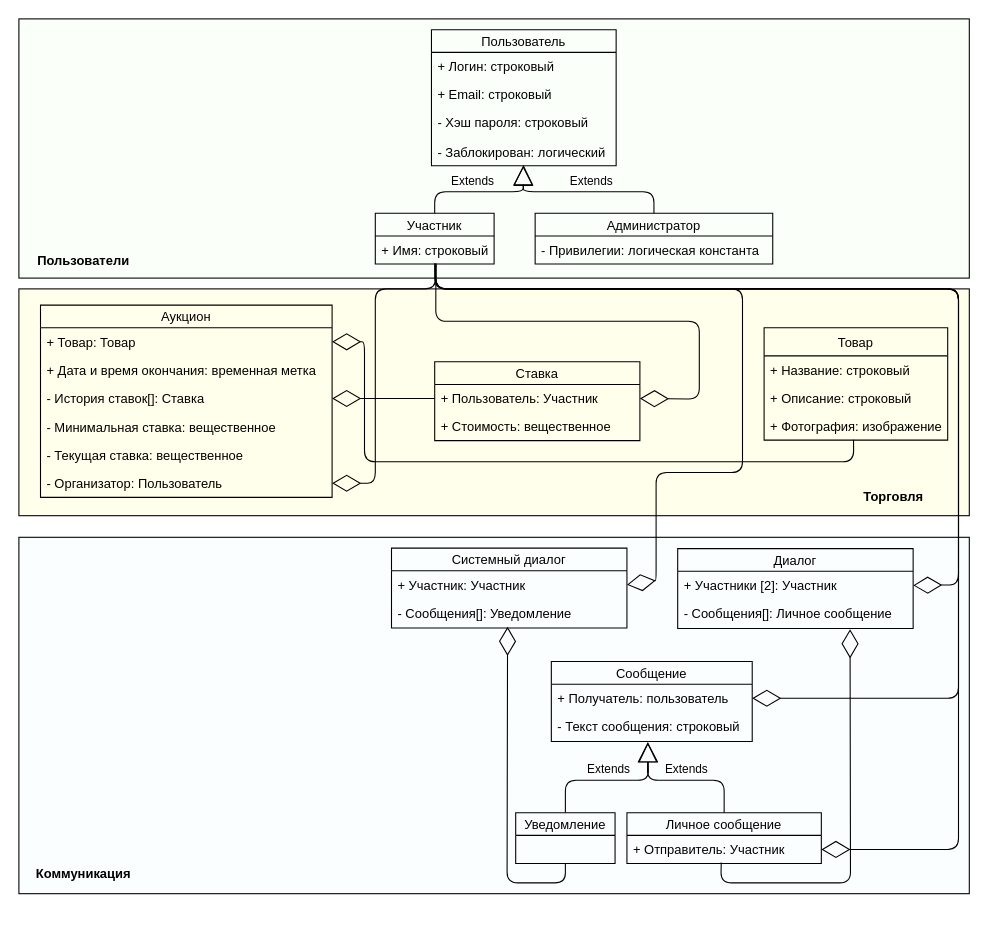
Above: Diagrams/Logical Classes Diagram.drawio in Fake-Make/Au (draw.io), before the change. Source tidied: cells renumbered, new cells numbered last; positions are measured from the earlier drawing's top-left corner, leaving out a move shared by most shapes. Both pictures are drawn from the tidied source at 108%, with x=0, y=0 at pixel (18, 18).
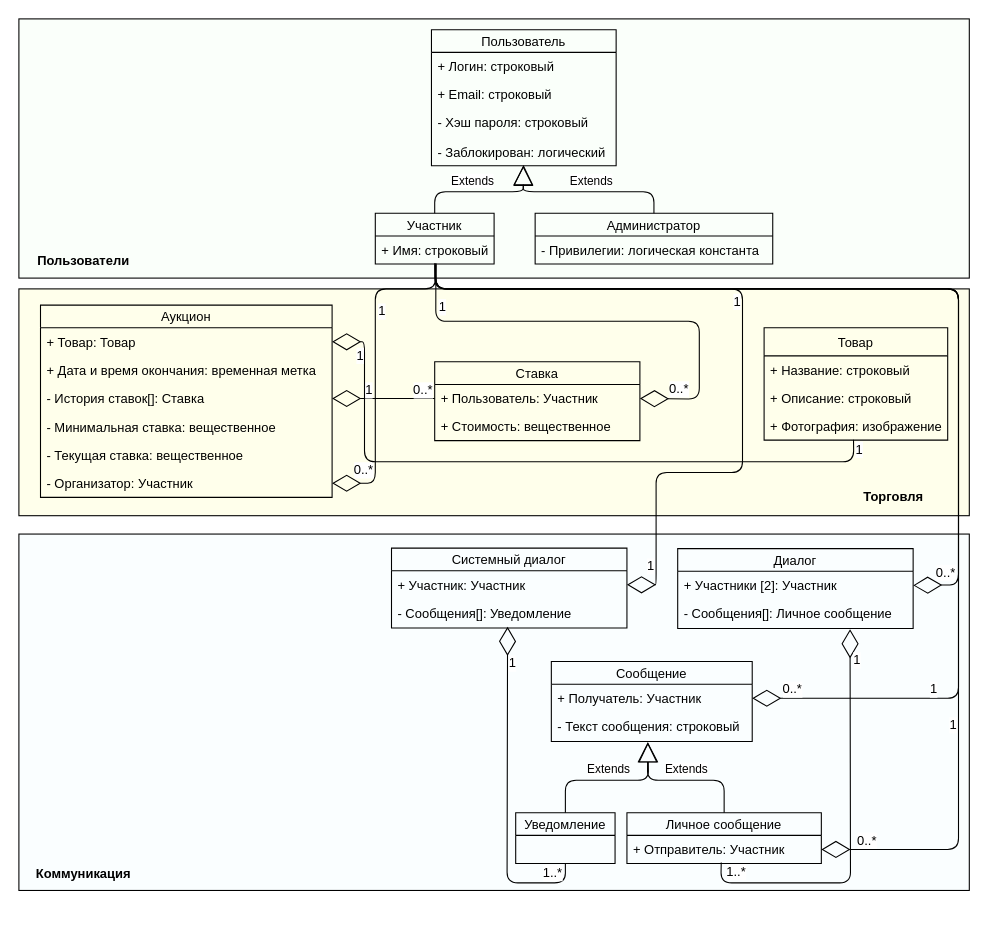
The same page after the edit.

The change refers to these unchanged cells:
```xml
<mxCell id="16" value="Сообщение" style="swimlane;fontStyle=0;horizontal=1;startSize=21;fillColor=none;" parent="1" vertex="1">
  <mxGeometry x="493" y="595" width="186" height="74" as="geometry" />
</mxCell>
<mxCell id="24" value="+ Участник: Участник" style="text;strokeColor=none;fillColor=none;align=left;verticalAlign=top;spacingLeft=4;spacingRight=4;overflow=hidden;points=[[0,0.5],[1,0.5]];portConstraint=eastwest;" parent="23" vertex="1">
  <mxGeometry y="21" width="218" height="26" as="geometry" />
</mxCell>
<mxCell id="26" value="Аукцион" style="swimlane;fontStyle=0;horizontal=1;startSize=21;fillColor=none;" parent="1" vertex="1">
  <mxGeometry x="20" y="265" width="270" height="178" as="geometry" />
</mxCell>
<mxCell id="37" value="+ Имя: строковый" style="text;strokeColor=none;fillColor=none;align=left;verticalAlign=top;spacingLeft=4;spacingRight=4;overflow=hidden;points=[[0,0.5],[1,0.5]];portConstraint=eastwest;" parent="36" vertex="1">
  <mxGeometry y="21" width="110" height="26" as="geometry" />
</mxCell>
<mxCell id="44" style="endArrow=diamondThin;endFill=0;endSize=24;html=1;entryX=0.493;entryY=0.958;entryDx=0;entryDy=0;entryPerimeter=0;exitX=0.5;exitY=1;exitDx=0;exitDy=0;" parent="1" edge="1" source="19" target="25">
  <mxGeometry relative="1" as="geometry">
    <Array as="points">
      <mxPoint x="506" y="800" />
      <mxPoint x="452" y="800" />
    </Array>
  </mxGeometry>
</mxCell>
<mxCell id="45" style="endArrow=diamondThin;endFill=0;endSize=24;html=1;entryX=0.732;entryY=1.024;entryDx=0;entryDy=0;entryPerimeter=0;exitX=0.485;exitY=0.965;exitDx=0;exitDy=0;exitPerimeter=0;" parent="1" edge="1" source="15" target="22">
  <mxGeometry relative="1" as="geometry">
    <Array as="points">
      <mxPoint x="650" y="800" />
      <mxPoint x="770" y="800" />
    </Array>
  </mxGeometry>
</mxCell>
<mxCell id="46" style="endArrow=diamondThin;endFill=0;endSize=24;html=1;exitX=0.51;exitY=1.011;exitDx=0;exitDy=0;exitPerimeter=0;entryX=1;entryY=0.5;entryDx=0;entryDy=0;" parent="1" edge="1" source="37" target="32">
  <mxGeometry relative="1" as="geometry">
    <Array as="points">
      <mxPoint x="386" y="250" />
      <mxPoint x="330" y="250" />
      <mxPoint x="330" y="430" />
    </Array>
  </mxGeometry>
</mxCell>
<mxCell id="47" style="endArrow=diamondThin;endFill=0;endSize=24;html=1;exitX=0.51;exitY=0.993;exitDx=0;exitDy=0;exitPerimeter=0;entryX=1;entryY=0.5;entryDx=0;entryDy=0;" parent="1" edge="1" source="37" target="34">
  <mxGeometry relative="1" as="geometry">
    <Array as="points">
      <mxPoint x="386" y="280" />
      <mxPoint x="630" y="280" />
      <mxPoint x="630" y="352" />
    </Array>
  </mxGeometry>
</mxCell>
<mxCell id="48" style="endArrow=diamondThin;endFill=0;endSize=24;html=1;exitX=0;exitY=0.5;exitDx=0;exitDy=0;entryX=1;entryY=0.5;entryDx=0;entryDy=0;" parent="1" edge="1" source="34" target="29">
  <mxGeometry relative="1" as="geometry" />
</mxCell>
<mxCell id="49" style="endArrow=diamondThin;endFill=0;endSize=24;html=1;exitX=0.487;exitY=0.989;exitDx=0;exitDy=0;exitPerimeter=0;entryX=1;entryY=0.5;entryDx=0;entryDy=0;" parent="1" edge="1" source="8" target="27">
  <mxGeometry relative="1" as="geometry">
    <Array as="points">
      <mxPoint x="773" y="410" />
      <mxPoint x="320" y="410" />
      <mxPoint x="320" y="299" />
    </Array>
  </mxGeometry>
</mxCell>
<mxCell id="51" style="endArrow=diamondThin;endFill=0;endSize=24;html=1;exitX=0.505;exitY=1.038;exitDx=0;exitDy=0;exitPerimeter=0;entryX=1;entryY=0.5;entryDx=0;entryDy=0;" parent="1" edge="1" source="37" target="21">
  <mxGeometry relative="1" as="geometry">
    <Array as="points">
      <mxPoint x="386" y="250" />
      <mxPoint x="870" y="250" />
      <mxPoint x="870" y="524" />
    </Array>
  </mxGeometry>
</mxCell>
<mxCell id="52" style="endArrow=diamondThin;endFill=0;endSize=24;html=1;entryX=1;entryY=0.5;entryDx=0;entryDy=0;exitX=0.5;exitY=0.973;exitDx=0;exitDy=0;exitPerimeter=0;" parent="1" edge="1" source="37" target="15">
  <mxGeometry relative="1" as="geometry">
    <Array as="points">
      <mxPoint x="385" y="250" />
      <mxPoint x="870" y="250" />
      <mxPoint x="870" y="769" />
    </Array>
  </mxGeometry>
</mxCell>
<mxCell id="53" style="endArrow=diamondThin;endFill=0;endSize=24;html=1;entryX=1;entryY=0.5;entryDx=0;entryDy=0;exitX=0.505;exitY=1.038;exitDx=0;exitDy=0;exitPerimeter=0;" parent="1" edge="1" source="37" target="17">
  <mxGeometry relative="1" as="geometry">
    <Array as="points">
      <mxPoint x="386" y="250" />
      <mxPoint x="870" y="250" />
      <mxPoint x="870" y="629" />
    </Array>
  </mxGeometry>
</mxCell>
```

What changed in the source:
```diff
@@
     <mxCell id="4" style="rounded=0;whiteSpace=wrap;html=1;fillColor=#FAFEFF;" parent="1" vertex="1">
-      <mxGeometry y="480" width="880" height="330" as="geometry" />
+      <mxGeometry y="477" width="880" height="330" as="geometry" />
     </mxCell>
@@
-    <mxCell id="17" value="+ Получатель: пользователь" style="text;strokeColor=none;fillColor=none;align=left;verticalAlign=top;spacingLeft=4;spacingRight=4;overflow=hidden;points=[[0,0.5],[1,0.5]];portConstraint=eastwest;" parent="16" vertex="1">
+    <mxCell id="17" value="+ Получатель: Участник" style="text;strokeColor=none;fillColor=none;align=left;verticalAlign=top;spacingLeft=4;spacingRight=4;overflow=hidden;points=[[0,0.5],[1,0.5]];portConstraint=eastwest;" parent="16" vertex="1">
       <mxGeometry y="21" width="186" height="26" as="geometry" />
     </mxCell>
@@
-    <mxCell id="32" value="- Организатор: Пользователь" style="text;strokeColor=none;fillColor=none;align=left;verticalAlign=top;spacingLeft=4;spacingRight=4;overflow=hidden;points=[[0,0.5],[1,0.5]];portConstraint=eastwest;" parent="26" vertex="1">
+    <mxCell id="32" value="- Организатор: Участник" style="text;strokeColor=none;fillColor=none;align=left;verticalAlign=top;spacingLeft=4;spacingRight=4;overflow=hidden;points=[[0,0.5],[1,0.5]];portConstraint=eastwest;" parent="26" vertex="1">
       <mxGeometry y="152" width="270" height="26" as="geometry" />
     </mxCell>
@@
+    <mxCell id="57" value="1..*" style="text;html=1;align=center;verticalAlign=middle;labelBackgroundColor=#ffffff;" parent="44" vertex="1">
+      <mxGeometry x="-0.96" y="-1" relative="1" as="geometry">
+        <mxPoint x="-12" y="2" as="offset" />
+      </mxGeometry>
+    </mxCell>
+    <mxCell id="58" value="1" style="text;html=1;align=center;verticalAlign=middle;labelBackgroundColor=#ffffff;" parent="44" vertex="1">
+      <mxGeometry x="0.8" y="1" relative="1" as="geometry">
+        <mxPoint x="5" y="3" as="offset" />
+      </mxGeometry>
+    </mxCell>
@@
+    <mxCell id="59" value="1..*" style="text;html=1;align=center;verticalAlign=middle;labelBackgroundColor=#ffffff;" parent="45" vertex="1">
+      <mxGeometry x="-0.97" relative="1" as="geometry">
+        <mxPoint x="13" y="2" as="offset" />
+      </mxGeometry>
+    </mxCell>
+    <mxCell id="60" value="1" style="text;html=1;align=center;verticalAlign=middle;labelBackgroundColor=#ffffff;" parent="45" vertex="1">
+      <mxGeometry x="0.85" relative="1" as="geometry">
+        <mxPoint x="5.5" y="1" as="offset" />
+      </mxGeometry>
+    </mxCell>
@@
+    <mxCell id="61" value="0..*" style="text;html=1;align=center;verticalAlign=middle;labelBackgroundColor=#ffffff;" parent="46" vertex="1">
+      <mxGeometry x="0.77" y="-1" relative="1" as="geometry">
+        <mxPoint x="-6" y="-12" as="offset" />
+      </mxGeometry>
+    </mxCell>
+    <mxCell id="62" value="1" style="text;html=1;align=center;verticalAlign=middle;labelBackgroundColor=#ffffff;" parent="46" vertex="1">
+      <mxGeometry x="-0.32" relative="1" as="geometry">
+        <mxPoint x="5" y="-3" as="offset" />
+      </mxGeometry>
+    </mxCell>
@@
+    <mxCell id="63" value="1" style="text;html=1;align=center;verticalAlign=middle;labelBackgroundColor=#ffffff;" parent="47" vertex="1">
+      <mxGeometry x="-0.85" relative="1" as="geometry">
+        <mxPoint x="5" y="7.5" as="offset" />
+      </mxGeometry>
+    </mxCell>
+    <mxCell id="64" value="0..*" style="text;html=1;align=center;verticalAlign=middle;labelBackgroundColor=#ffffff;" parent="47" vertex="1">
+      <mxGeometry x="0.84" y="-1" relative="1" as="geometry">
+        <mxPoint x="1" y="-8" as="offset" />
+      </mxGeometry>
+    </mxCell>
@@
+    <mxCell id="65" value="0..*" style="text;html=1;align=center;verticalAlign=middle;labelBackgroundColor=#ffffff;" parent="48" vertex="1">
+      <mxGeometry x="-0.78" y="-1" relative="1" as="geometry">
+        <mxPoint x="-1.5" y="-7.5" as="offset" />
+      </mxGeometry>
+    </mxCell>
+    <mxCell id="66" value="1" style="text;html=1;align=center;verticalAlign=middle;labelBackgroundColor=#ffffff;" parent="48" vertex="1">
+      <mxGeometry x="0.3" y="-1" relative="1" as="geometry">
+        <mxPoint x="0.5" y="-7.5" as="offset" />
+      </mxGeometry>
+    </mxCell>
@@
+    <mxCell id="67" value="1" style="text;html=1;align=center;verticalAlign=middle;labelBackgroundColor=#ffffff;" parent="49" vertex="1">
+      <mxGeometry x="0.88" relative="1" as="geometry">
+        <mxPoint x="-5" y="5" as="offset" />
+      </mxGeometry>
+    </mxCell>
+    <mxCell id="68" value="1" style="text;html=1;align=center;verticalAlign=middle;labelBackgroundColor=#ffffff;" parent="49" vertex="1">
+      <mxGeometry x="-0.98" relative="1" as="geometry">
+        <mxPoint x="5" y="3" as="offset" />
+      </mxGeometry>
+    </mxCell>
     <mxCell id="50" style="endArrow=diamondThin;endFill=0;endSize=24;html=1;exitX=0.51;exitY=0.973;exitDx=0;exitDy=0;exitPerimeter=0;entryX=1;entryY=0.5;entryDx=0;entryDy=0;" parent="1" edge="1" source="37" target="24">
       <mxGeometry relative="1" as="geometry">
         <Array as="points">
           <mxPoint x="386" y="250" />
           <mxPoint x="670" y="250" />
           <mxPoint x="670" y="420" />
           <mxPoint x="590" y="420" />
-          <mxPoint x="590" y="520" />
+          <mxPoint x="590" y="524" />
         </Array>
       </mxGeometry>
     </mxCell>
+    <mxCell id="69" value="1" style="text;html=1;align=center;verticalAlign=middle;labelBackgroundColor=#ffffff;" parent="50" vertex="1">
+      <mxGeometry x="-0.08" relative="1" as="geometry">
+        <mxPoint x="-6" y="2.5" as="offset" />
+      </mxGeometry>
+    </mxCell>
+    <mxCell id="70" value="1" style="text;html=1;align=center;verticalAlign=middle;labelBackgroundColor=#ffffff;" parent="50" vertex="1">
+      <mxGeometry x="0.86" relative="1" as="geometry">
+        <mxPoint x="-5.5" y="4" as="offset" />
+      </mxGeometry>
+    </mxCell>
@@
+    <mxCell id="71" value="0..*" style="text;html=1;align=center;verticalAlign=middle;labelBackgroundColor=#ffffff;" parent="51" vertex="1">
+      <mxGeometry x="0.93" y="-1" relative="1" as="geometry">
+        <mxPoint y="-10.5" as="offset" />
+      </mxGeometry>
+    </mxCell>
@@
+    <mxCell id="72" value="0..*" style="text;html=1;align=center;verticalAlign=middle;labelBackgroundColor=#ffffff;" parent="52" vertex="1">
+      <mxGeometry x="0.94" y="-1" relative="1" as="geometry">
+        <mxPoint x="7" y="-8" as="offset" />
+      </mxGeometry>
+    </mxCell>
+    <mxCell id="73" value="1" style="text;html=1;align=center;verticalAlign=middle;labelBackgroundColor=#ffffff;" parent="52" vertex="1">
+      <mxGeometry x="0.57" relative="1" as="geometry">
+        <mxPoint x="-6" y="6" as="offset" />
+      </mxGeometry>
+    </mxCell>
@@
+    <mxCell id="74" value="0..*" style="text;html=1;align=center;verticalAlign=middle;labelBackgroundColor=#ffffff;" parent="53" vertex="1">
+      <mxGeometry x="0.94" relative="1" as="geometry">
+        <mxPoint x="4.5" y="-9" as="offset" />
+      </mxGeometry>
+    </mxCell>
+    <mxCell id="75" value="1" style="text;html=1;align=center;verticalAlign=middle;labelBackgroundColor=#ffffff;" parent="53" vertex="1">
+      <mxGeometry x="0.69" y="-2" relative="1" as="geometry">
+        <mxPoint y="-7" as="offset" />
+      </mxGeometry>
+    </mxCell>
```
